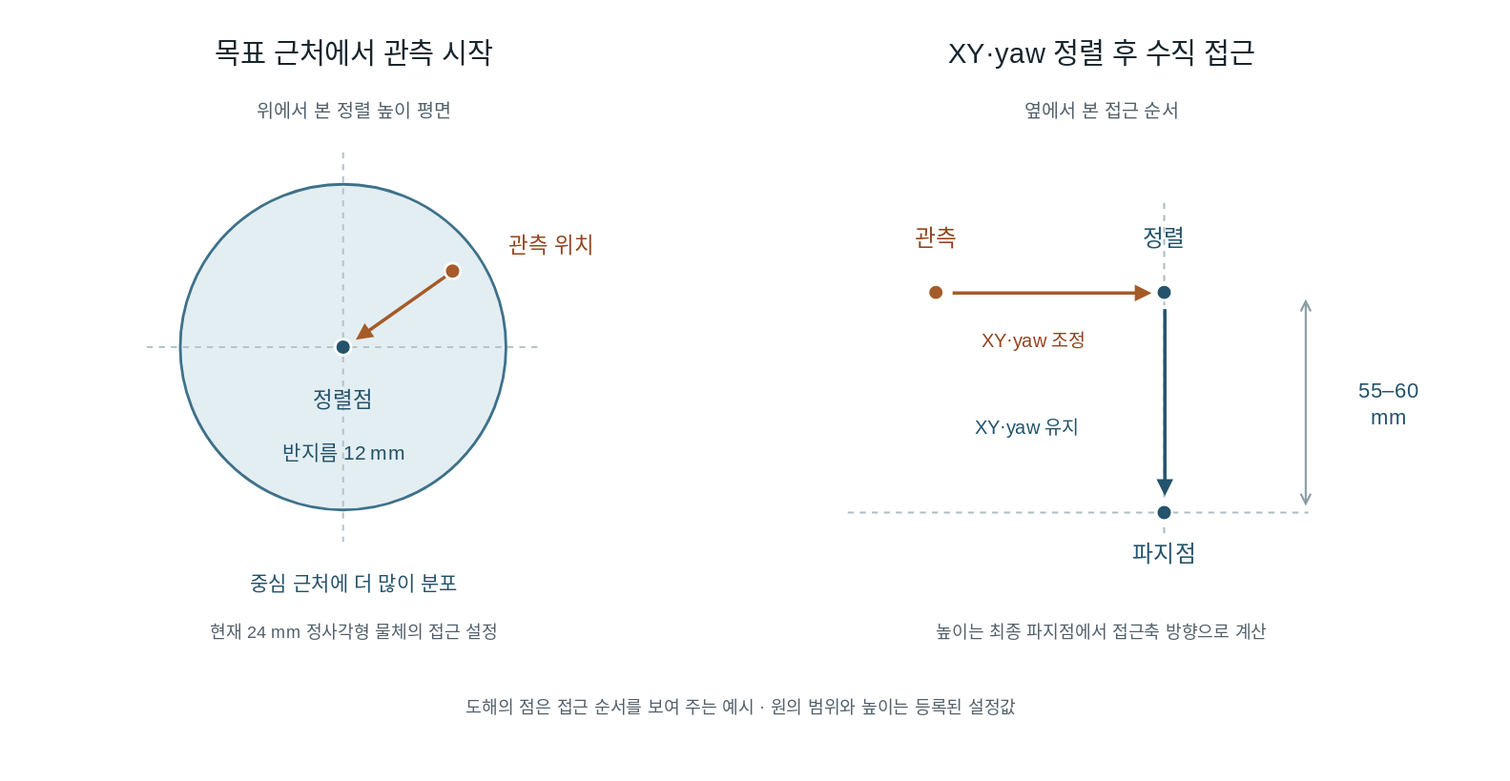
hasemu1211/fr5-lerobot-connector keeps this draw.io diagram as docs/portfolio/approach-alignment.drawio.svg. Above is the earlier version. Source tidied: cells renumbered, new cells last; positions are measured from the earlier drawing's top-left corner, leaving out a move shared by most shapes. Its diagram source:
```xml
<mxGraphModel>
  <root>
    <mxCell id="0" />
    <mxCell id="1" parent="0" />
    <mxCell id="2" value="목표 근처에서 관측 시작" style="html=1;whiteSpace=wrap;fontFamily=Noto Sans CJK KR;fontColor=#17252d;spacing=0;text;strokeColor=none;fillColor=none;fontSize=21;fontColor=#17252d;align=center;verticalAlign=middle;" parent="1" vertex="1">
      <mxGeometry width="490" height="38" as="geometry" />
    </mxCell>
    <mxCell id="3" value="XY·yaw 정렬 후 수직 접근" style="html=1;whiteSpace=wrap;fontFamily=Noto Sans CJK KR;fontColor=#17252d;spacing=0;text;strokeColor=none;fillColor=none;fontSize=21;fontColor=#17252d;align=center;verticalAlign=middle;" parent="1" vertex="1">
      <mxGeometry x="540" width="530" height="38" as="geometry" />
    </mxCell>
    <mxCell id="4" value="위에서 본 정렬 높이 평면" style="html=1;whiteSpace=wrap;fontFamily=Noto Sans CJK KR;fontColor=#17252d;spacing=0;text;strokeColor=none;fillColor=none;fontSize=14;fontColor=#52606b;align=center;verticalAlign=middle;" parent="1" vertex="1">
      <mxGeometry y="48" width="490" height="30" as="geometry" />
    </mxCell>
    <mxCell id="5" value="옆에서 본 접근 순서" style="html=1;whiteSpace=wrap;fontFamily=Noto Sans CJK KR;fontColor=#17252d;spacing=0;text;strokeColor=none;fillColor=none;fontSize=14;fontColor=#52606b;align=center;verticalAlign=middle;" parent="1" vertex="1">
      <mxGeometry x="540" y="48" width="530" height="30" as="geometry" />
    </mxCell>
    <mxCell id="6" style="html=1;whiteSpace=wrap;fontFamily=Noto Sans CJK KR;fontColor=#17252d;spacing=0;ellipse;fillColor=#e3eef3;strokeColor=#3e718a;strokeWidth=2;align=center;verticalAlign=middle;" parent="1" vertex="1">
      <mxGeometry x="115" y="118" width="244" height="244" as="geometry" />
    </mxCell>
    <mxCell id="7" style="endArrow=block;endFill=1;strokeColor=#68808d;strokeWidth=1.5;endArrow=none;dashed=1;strokeColor=#b3c4cb;" parent="1" edge="1">
      <mxGeometry relative="1" as="geometry">
        <mxPoint x="90" y="240" as="sourcePoint" />
        <mxPoint x="384" y="240" as="targetPoint" />
      </mxGeometry>
    </mxCell>
    <mxCell id="8" style="endArrow=block;endFill=1;strokeColor=#68808d;strokeWidth=1.5;endArrow=none;dashed=1;strokeColor=#b3c4cb;" parent="1" edge="1">
      <mxGeometry relative="1" as="geometry">
        <mxPoint x="237" y="94" as="sourcePoint" />
        <mxPoint x="237" y="386" as="targetPoint" />
      </mxGeometry>
    </mxCell>
    <mxCell id="9" style="endArrow=block;endFill=1;strokeColor=#68808d;strokeWidth=1.5;strokeColor=#a55b29;strokeWidth=2.5;" parent="1" edge="1">
      <mxGeometry relative="1" as="geometry">
        <mxPoint x="314" y="186" as="sourcePoint" />
        <mxPoint x="246" y="234" as="targetPoint" />
      </mxGeometry>
    </mxCell>
    <mxCell id="10" style="html=1;whiteSpace=wrap;fontFamily=Noto Sans CJK KR;fontColor=#17252d;spacing=0;ellipse;fillColor=#24536b;strokeColor=#fff;strokeWidth=2;align=center;verticalAlign=middle;" parent="1" vertex="1">
      <mxGeometry x="231" y="234" width="12" height="12" as="geometry" />
    </mxCell>
    <mxCell id="11" style="html=1;whiteSpace=wrap;fontFamily=Noto Sans CJK KR;fontColor=#17252d;spacing=0;ellipse;fillColor=#a55b29;strokeColor=#fff;strokeWidth=2;align=center;verticalAlign=middle;" parent="1" vertex="1">
      <mxGeometry x="313" y="177" width="12" height="12" as="geometry" />
    </mxCell>
    <mxCell id="12" value="관측 위치" style="html=1;whiteSpace=wrap;fontFamily=Noto Sans CJK KR;fontColor=#17252d;spacing=0;text;strokeColor=none;fillColor=none;fontSize=16;fontColor=#92451f;align=center;verticalAlign=middle;" parent="1" vertex="1">
      <mxGeometry x="328" y="147" width="130" height="32" as="geometry" />
    </mxCell>
    <mxCell id="13" value="정렬점" style="html=1;whiteSpace=wrap;fontFamily=Noto Sans CJK KR;fontColor=#17252d;spacing=0;text;strokeColor=none;fillColor=none;fontSize=16;fontColor=#24536b;align=center;verticalAlign=middle;" parent="1" vertex="1">
      <mxGeometry x="165" y="263" width="144" height="32" as="geometry" />
    </mxCell>
    <mxCell id="14" value="반지름 12 mm" style="html=1;whiteSpace=wrap;fontFamily=Noto Sans CJK KR;fontColor=#17252d;spacing=0;text;strokeColor=none;fillColor=none;fontSize=15;fontColor=#24536b;align=center;verticalAlign=middle;" parent="1" vertex="1">
      <mxGeometry x="135" y="302" width="205" height="32" as="geometry" />
    </mxCell>
    <mxCell id="15" value="중심 근처에 더 많이 분포" style="html=1;whiteSpace=wrap;fontFamily=Noto Sans CJK KR;fontColor=#17252d;spacing=0;text;strokeColor=none;fillColor=none;fontSize=15;fontColor=#24536b;align=center;verticalAlign=middle;" parent="1" vertex="1">
      <mxGeometry y="400" width="490" height="32" as="geometry" />
    </mxCell>
    <mxCell id="16" value="현재 24 mm 정사각형 물체의 접근 설정" style="html=1;whiteSpace=wrap;fontFamily=Noto Sans CJK KR;fontColor=#17252d;spacing=0;text;strokeColor=none;fillColor=none;fontSize=13;fontColor=#52606b;align=center;verticalAlign=middle;" parent="1" vertex="1">
      <mxGeometry y="438" width="490" height="30" as="geometry" />
    </mxCell>
    <mxCell id="17" style="endArrow=block;endFill=1;strokeColor=#68808d;strokeWidth=1.5;endArrow=none;dashed=1;strokeColor=#acbcc4;" parent="1" edge="1">
      <mxGeometry relative="1" as="geometry">
        <mxPoint x="852" y="132" as="sourcePoint" />
        <mxPoint x="852" y="380" as="targetPoint" />
      </mxGeometry>
    </mxCell>
    <mxCell id="18" style="endArrow=block;endFill=1;strokeColor=#68808d;strokeWidth=1.5;endArrow=none;dashed=1;strokeColor=#acbcc4;" parent="1" edge="1">
      <mxGeometry relative="1" as="geometry">
        <mxPoint x="615" y="364" as="sourcePoint" />
        <mxPoint x="960" y="364" as="targetPoint" />
      </mxGeometry>
    </mxCell>
    <mxCell id="19" style="endArrow=block;endFill=1;strokeColor=#68808d;strokeWidth=1.5;strokeColor=#a55b29;strokeWidth=2.5;" parent="1" edge="1">
      <mxGeometry relative="1" as="geometry">
        <mxPoint x="693" y="199" as="sourcePoint" />
        <mxPoint x="842" y="199" as="targetPoint" />
      </mxGeometry>
    </mxCell>
    <mxCell id="20" style="endArrow=block;endFill=1;strokeColor=#68808d;strokeWidth=1.5;strokeColor=#24536b;strokeWidth=2.5;" parent="1" edge="1">
      <mxGeometry relative="1" as="geometry">
        <mxPoint x="852" y="211" as="sourcePoint" />
        <mxPoint x="852" y="351" as="targetPoint" />
      </mxGeometry>
    </mxCell>
    <mxCell id="21" style="html=1;whiteSpace=wrap;fontFamily=Noto Sans CJK KR;fontColor=#17252d;spacing=0;ellipse;fillColor=#a55b29;strokeColor=#fff;strokeWidth=2;align=center;verticalAlign=middle;" parent="1" vertex="1">
      <mxGeometry x="675" y="193" width="12" height="12" as="geometry" />
    </mxCell>
    <mxCell id="22" style="html=1;whiteSpace=wrap;fontFamily=Noto Sans CJK KR;fontColor=#17252d;spacing=0;ellipse;fillColor=#24536b;strokeColor=#fff;strokeWidth=2;align=center;verticalAlign=middle;" parent="1" vertex="1">
      <mxGeometry x="846" y="193" width="12" height="12" as="geometry" />
    </mxCell>
    <mxCell id="23" style="html=1;whiteSpace=wrap;fontFamily=Noto Sans CJK KR;fontColor=#17252d;spacing=0;ellipse;fillColor=#24536b;strokeColor=#fff;strokeWidth=2;align=center;verticalAlign=middle;" parent="1" vertex="1">
      <mxGeometry x="846" y="358" width="12" height="12" as="geometry" />
    </mxCell>
    <mxCell id="24" value="관측" style="html=1;whiteSpace=wrap;fontFamily=Noto Sans CJK KR;fontColor=#17252d;spacing=0;text;strokeColor=none;fillColor=none;fontSize=17;fontColor=#92451f;align=center;verticalAlign=middle;" parent="1" vertex="1">
      <mxGeometry x="606" y="143" width="150" height="32" as="geometry" />
    </mxCell>
    <mxCell id="25" value="정렬" style="html=1;whiteSpace=wrap;fontFamily=Noto Sans CJK KR;fontColor=#17252d;spacing=0;text;strokeColor=none;fillColor=none;fontSize=17;fontColor=#24536b;align=center;verticalAlign=middle;" parent="1" vertex="1">
      <mxGeometry x="777" y="143" width="150" height="32" as="geometry" />
    </mxCell>
    <mxCell id="26" value="XY·yaw 조정" style="html=1;whiteSpace=wrap;fontFamily=Noto Sans CJK KR;fontColor=#17252d;spacing=0;text;strokeColor=none;fillColor=none;fontSize=14;fontColor=#92451f;align=center;verticalAlign=middle;" parent="1" vertex="1">
      <mxGeometry x="677" y="220" width="155" height="30" as="geometry" />
    </mxCell>
    <mxCell id="27" value="XY·yaw 유지" style="html=1;whiteSpace=wrap;fontFamily=Noto Sans CJK KR;fontColor=#17252d;spacing=0;text;strokeColor=none;fillColor=none;fontSize=14;fontColor=#24536b;align=center;verticalAlign=middle;" parent="1" vertex="1">
      <mxGeometry x="667" y="285" width="165" height="30" as="geometry" />
    </mxCell>
    <mxCell id="28" value="파지점" style="html=1;whiteSpace=wrap;fontFamily=Noto Sans CJK KR;fontColor=#17252d;spacing=0;text;strokeColor=none;fillColor=none;fontSize=17;fontColor=#24536b;align=center;verticalAlign=middle;" parent="1" vertex="1">
      <mxGeometry x="777" y="380" width="150" height="32" as="geometry" />
    </mxCell>
    <mxCell id="29" style="endArrow=block;endFill=1;strokeColor=#68808d;strokeWidth=1.5;startArrow=open;endArrow=open;strokeColor=#8a9ba5;" parent="1" edge="1">
      <mxGeometry relative="1" as="geometry">
        <mxPoint x="958" y="204" as="sourcePoint" />
        <mxPoint x="958" y="359" as="targetPoint" />
      </mxGeometry>
    </mxCell>
    <mxCell id="30" value="55–60&lt;br&gt;mm" style="html=1;whiteSpace=wrap;fontFamily=Noto Sans CJK KR;fontColor=#17252d;spacing=0;text;strokeColor=none;fillColor=none;fontSize=16;fontColor=#24536b;align=center;verticalAlign=middle;" parent="1" vertex="1">
      <mxGeometry x="974" y="250" width="92" height="64" as="geometry" />
    </mxCell>
    <mxCell id="31" value="높이는 최종 파지점에서 접근축 방향으로 계산" style="html=1;whiteSpace=wrap;fontFamily=Noto Sans CJK KR;fontColor=#17252d;spacing=0;text;strokeColor=none;fillColor=none;fontSize=13;fontColor=#52606b;align=center;verticalAlign=middle;" parent="1" vertex="1">
      <mxGeometry x="540" y="438" width="530" height="30" as="geometry" />
    </mxCell>
    <mxCell id="32" value="도해의 점은 접근 순서를 보여 주는 예시 · 원의 범위와 높이는 등록된 설정값" style="html=1;whiteSpace=wrap;fontFamily=Noto Sans CJK KR;fontColor=#17252d;spacing=0;text;strokeColor=none;fillColor=none;fontSize=13;fontColor=#52606b;align=center;verticalAlign=middle;" parent="1" vertex="1">
      <mxGeometry y="494" width="1070" height="30" as="geometry" />
    </mxCell>
  </root>
</mxGraphModel>
```
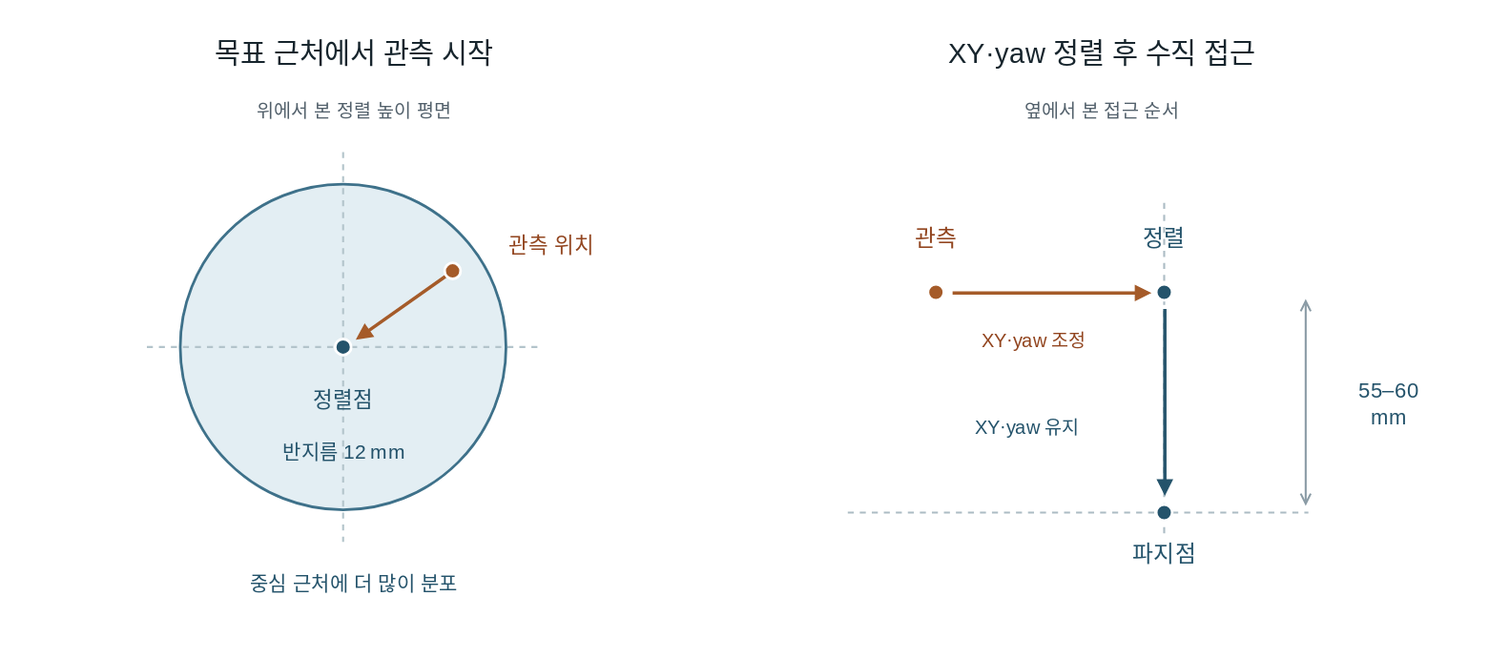
The same diagram one commit later.

The edit, as a diff of the source:
```diff
@@ -53,9 +53,6 @@
     <mxCell id="15" value="중심 근처에 더 많이 분포" style="html=1;whiteSpace=wrap;fontFamily=Noto Sans CJK KR;fontColor=#17252d;spacing=0;text;strokeColor=none;fillColor=none;fontSize=15;fontColor=#24536b;align=center;verticalAlign=middle;" parent="1" vertex="1">
       <mxGeometry y="400" width="490" height="32" as="geometry" />
     </mxCell>
-    <mxCell id="16" value="현재 24 mm 정사각형 물체의 접근 설정" style="html=1;whiteSpace=wrap;fontFamily=Noto Sans CJK KR;fontColor=#17252d;spacing=0;text;strokeColor=none;fillColor=none;fontSize=13;fontColor=#52606b;align=center;verticalAlign=middle;" parent="1" vertex="1">
-      <mxGeometry y="438" width="490" height="30" as="geometry" />
-    </mxCell>
     <mxCell id="17" style="endArrow=block;endFill=1;strokeColor=#68808d;strokeWidth=1.5;endArrow=none;dashed=1;strokeColor=#acbcc4;" parent="1" edge="1">
       <mxGeometry relative="1" as="geometry">
         <mxPoint x="852" y="132" as="sourcePoint" />
@@ -113,11 +110,5 @@
     <mxCell id="30" value="55–60&lt;br&gt;mm" style="html=1;whiteSpace=wrap;fontFamily=Noto Sans CJK KR;fontColor=#17252d;spacing=0;text;strokeColor=none;fillColor=none;fontSize=16;fontColor=#24536b;align=center;verticalAlign=middle;" parent="1" vertex="1">
       <mxGeometry x="974" y="250" width="92" height="64" as="geometry" />
     </mxCell>
-    <mxCell id="31" value="높이는 최종 파지점에서 접근축 방향으로 계산" style="html=1;whiteSpace=wrap;fontFamily=Noto Sans CJK KR;fontColor=#17252d;spacing=0;text;strokeColor=none;fillColor=none;fontSize=13;fontColor=#52606b;align=center;verticalAlign=middle;" parent="1" vertex="1">
-      <mxGeometry x="540" y="438" width="530" height="30" as="geometry" />
-    </mxCell>
-    <mxCell id="32" value="도해의 점은 접근 순서를 보여 주는 예시 · 원의 범위와 높이는 등록된 설정값" style="html=1;whiteSpace=wrap;fontFamily=Noto Sans CJK KR;fontColor=#17252d;spacing=0;text;strokeColor=none;fillColor=none;fontSize=13;fontColor=#52606b;align=center;verticalAlign=middle;" parent="1" vertex="1">
-      <mxGeometry y="494" width="1070" height="30" as="geometry" />
-    </mxCell>
   </root>
 </mxGraphModel>
```
